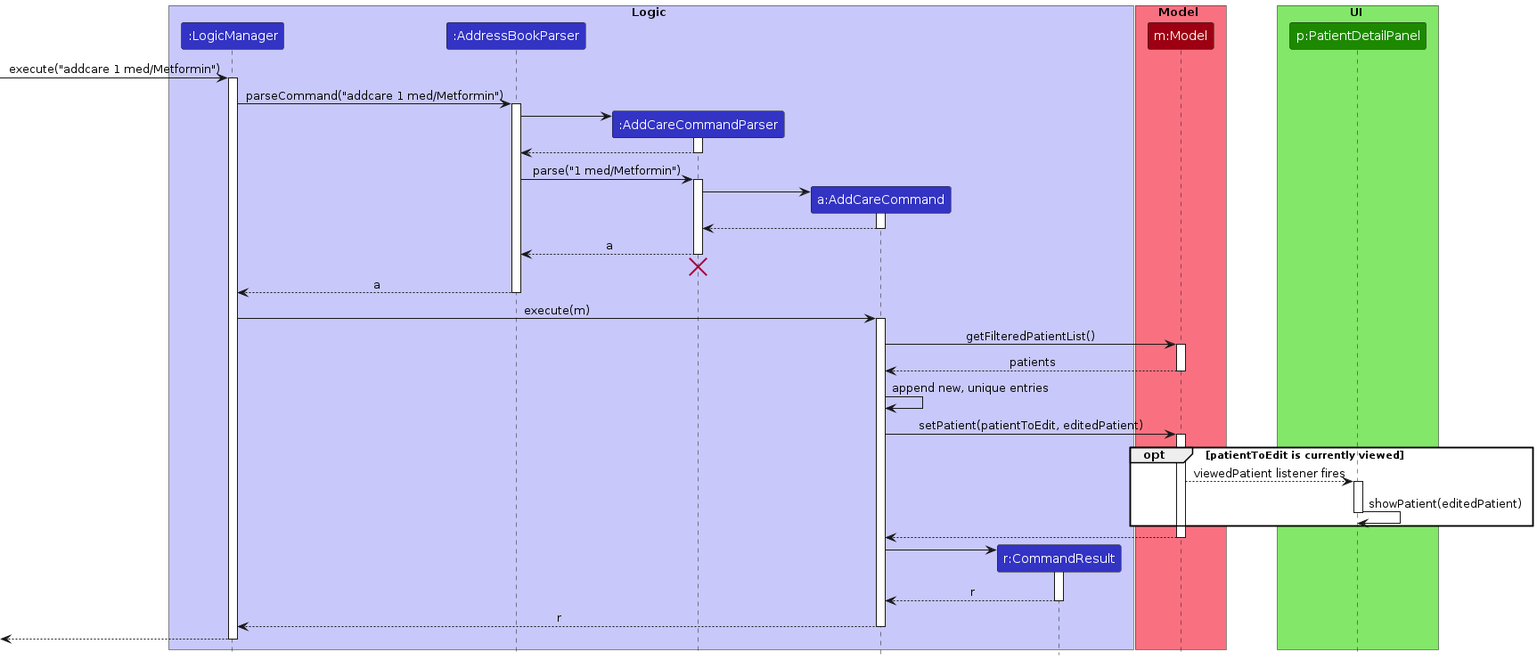
Earlier version of the PlantUML export diagrams/AddCareSequenceDiagram.png (AY2627S1-CS2103T-W08-1/tp). Its source is kept beside it as diagrams/AddCareSequenceDiagram.puml. The source it was exported from:
```plantuml
@startuml
!include style.puml
skinparam ArrowFontStyle plain

box Logic LOGIC_COLOR_T1
participant ":LogicManager" as LogicManager LOGIC_COLOR
participant ":AddressBookParser" as AddressBookParser LOGIC_COLOR
participant ":AddCareCommandParser" as AddCareCommandParser LOGIC_COLOR
participant "a:AddCareCommand" as AddCareCommand LOGIC_COLOR
participant "r:CommandResult" as CommandResult LOGIC_COLOR
end box

box Model MODEL_COLOR_T1
participant "m:Model" as Model MODEL_COLOR
end box

box UI UI_COLOR_T1
participant "p:PatientDetailPanel" as PatientDetailPanel UI_COLOR
end box

[-> LogicManager : execute("addcare 1 med/Metformin")
activate LogicManager

LogicManager -> AddressBookParser : parseCommand("addcare 1 med/Metformin")
activate AddressBookParser

create AddCareCommandParser
AddressBookParser -> AddCareCommandParser
activate AddCareCommandParser

AddCareCommandParser --> AddressBookParser
deactivate AddCareCommandParser

AddressBookParser -> AddCareCommandParser : parse("1 med/Metformin")
activate AddCareCommandParser

create AddCareCommand
AddCareCommandParser -> AddCareCommand
activate AddCareCommand

AddCareCommand --> AddCareCommandParser
deactivate AddCareCommand

AddCareCommandParser --> AddressBookParser : a
deactivate AddCareCommandParser
AddCareCommandParser -[hidden]-> AddressBookParser
destroy AddCareCommandParser

AddressBookParser --> LogicManager : a
deactivate AddressBookParser

LogicManager -> AddCareCommand : execute(m)
activate AddCareCommand

AddCareCommand -> Model : getFilteredPatientList()
activate Model

Model --> AddCareCommand : patients
deactivate Model

AddCareCommand -> AddCareCommand : append new, unique entries

AddCareCommand -> Model : setPatient(patientToEdit, editedPatient)
activate Model

opt patientToEdit is currently viewed
Model --> PatientDetailPanel : viewedPatient listener fires
activate PatientDetailPanel

PatientDetailPanel -> PatientDetailPanel : showPatient(editedPatient)
deactivate PatientDetailPanel
end

Model --> AddCareCommand
deactivate Model

create CommandResult
AddCareCommand -> CommandResult
activate CommandResult

CommandResult --> AddCareCommand : r
deactivate CommandResult

AddCareCommand --> LogicManager : r
deactivate AddCareCommand

[<-- LogicManager
deactivate LogicManager
@enduml
```
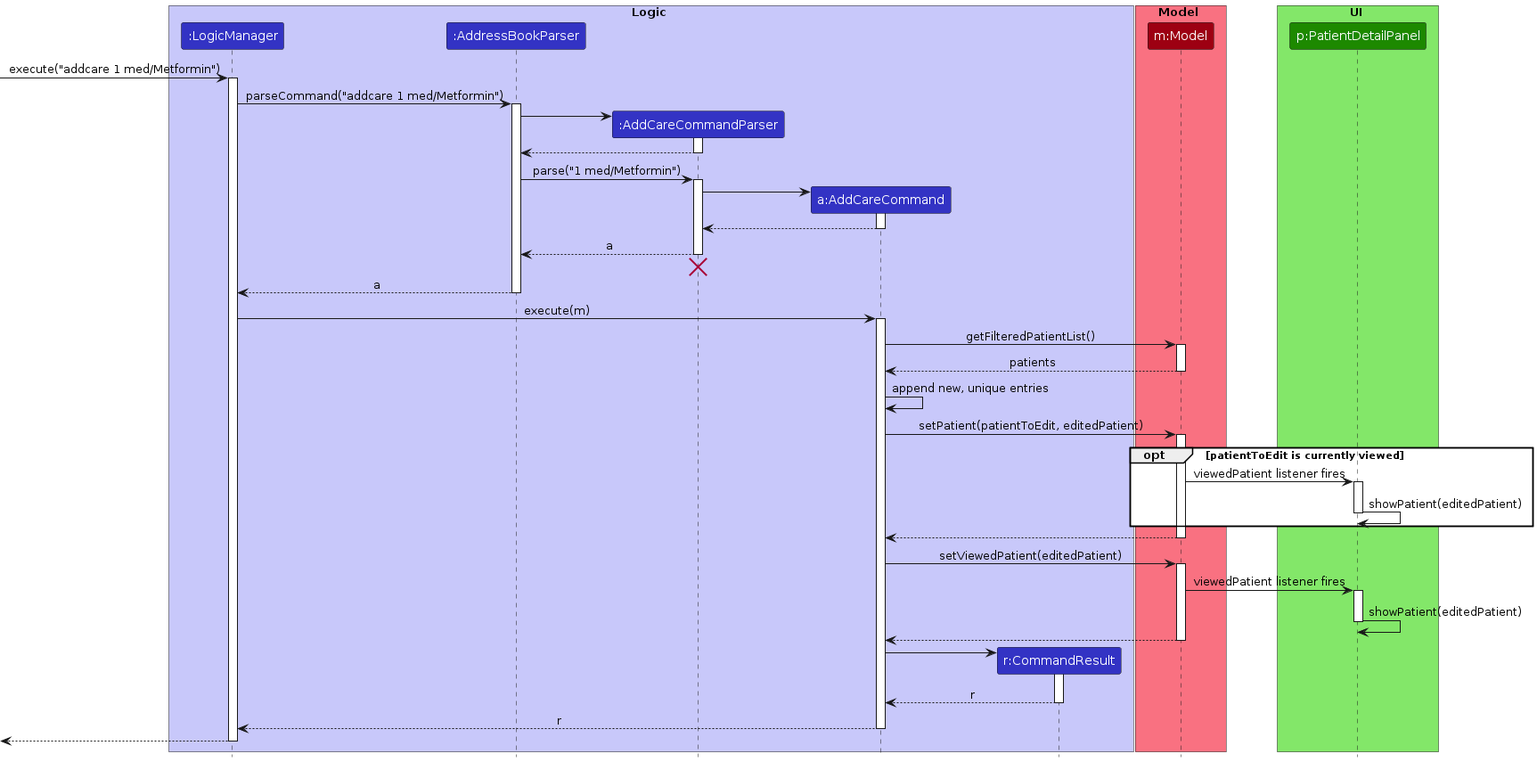
After the commit.

Change to the diagram source:
```diff
@@ -64,12 +64,24 @@
 activate Model
 
 opt patientToEdit is currently viewed
-Model --> PatientDetailPanel : viewedPatient listener fires
+Model -> PatientDetailPanel : viewedPatient listener fires
 activate PatientDetailPanel
 
 PatientDetailPanel -> PatientDetailPanel : showPatient(editedPatient)
 deactivate PatientDetailPanel
 end
+
+Model --> AddCareCommand
+deactivate Model
+
+AddCareCommand -> Model : setViewedPatient(editedPatient)
+activate Model
+
+Model -> PatientDetailPanel : viewedPatient listener fires
+activate PatientDetailPanel
+
+PatientDetailPanel -> PatientDetailPanel : showPatient(editedPatient)
+deactivate PatientDetailPanel
 
 Model --> AddCareCommand
 deactivate Model
```
